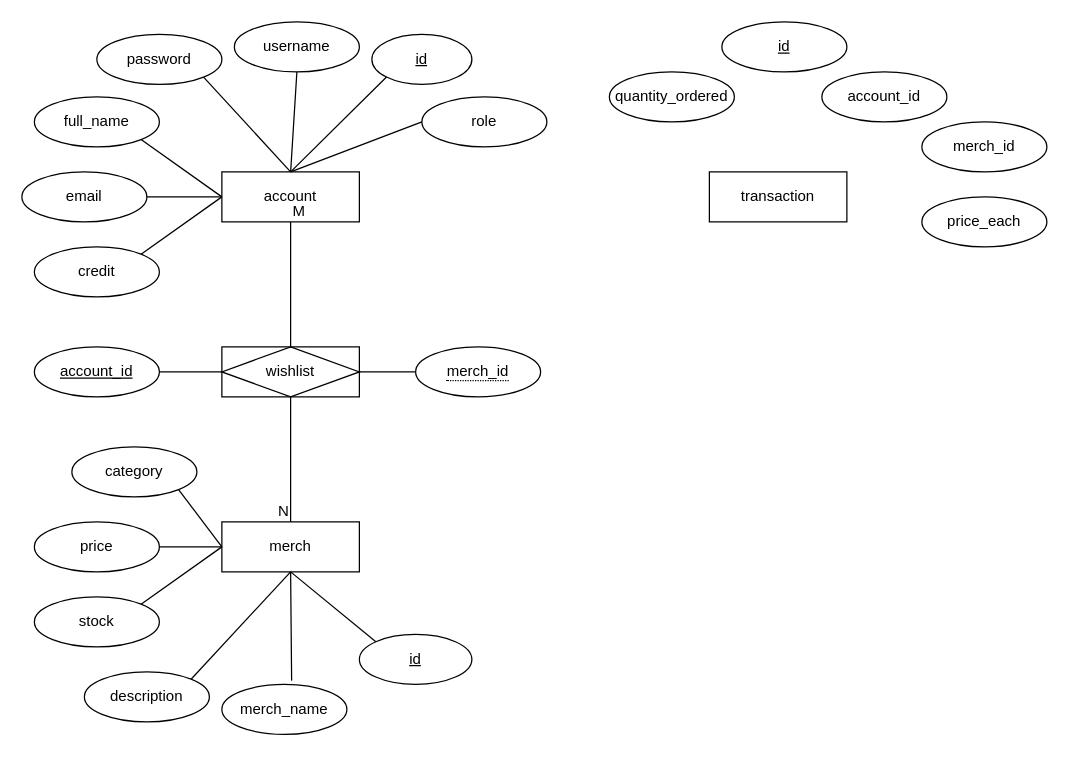
Above: Untitled Diagram.drawio in GumaMohdor/Hallyuin-UTS.ver (draw.io), before the change. Source tidied: cells renumbered, new cells numbered last; positions are measured from the earlier drawing's top-left corner, leaving out a move shared by most shapes. Both pictures are drawn from the tidied source at 125%, with x=0, y=0 at pixel (21, 21).
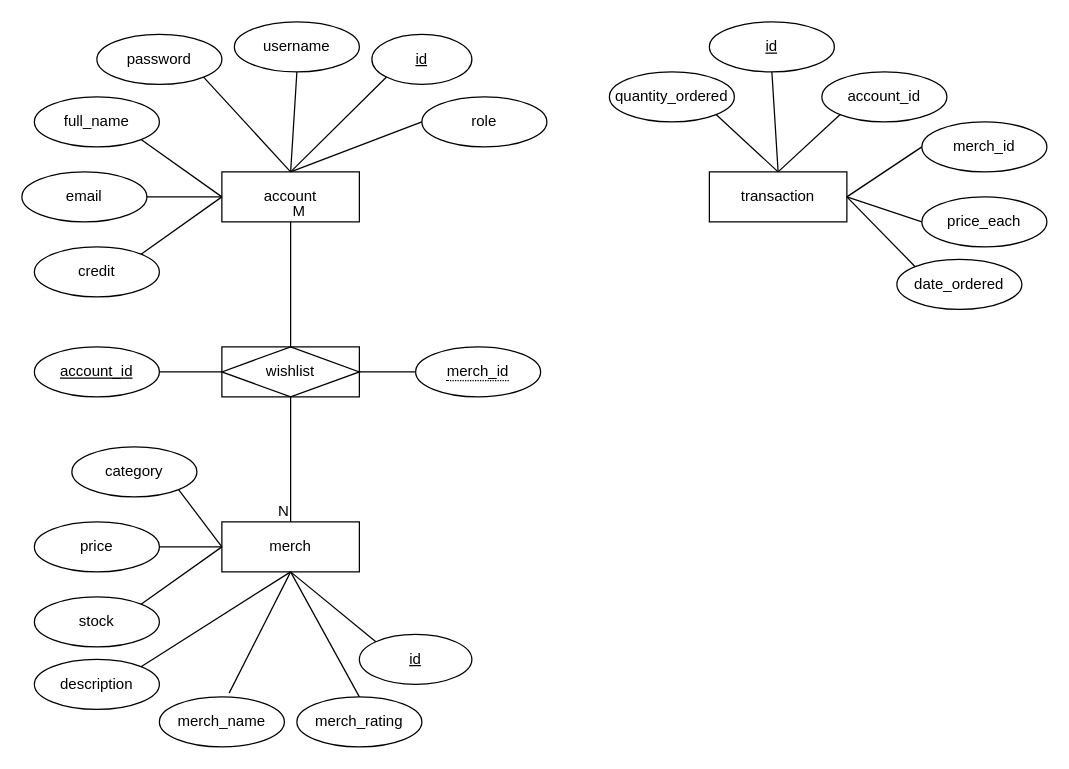
The same diagram, later.

Unchanged cells that the change refers to:
```xml
<mxCell id="15" value="merch" style="whiteSpace=wrap;html=1;align=center;" parent="1" vertex="1">
  <mxGeometry x="160" y="400" width="110" height="40" as="geometry" />
</mxCell>
<mxCell id="38" value="transaction" style="whiteSpace=wrap;html=1;align=center;" parent="1" vertex="1">
  <mxGeometry x="550" y="120" width="110" height="40" as="geometry" />
</mxCell>
<mxCell id="39" value="quantity_ordered" style="ellipse;whiteSpace=wrap;html=1;align=center;" parent="1" vertex="1">
  <mxGeometry x="470" y="40" width="100" height="40" as="geometry" />
</mxCell>
<mxCell id="41" value="account_id" style="ellipse;whiteSpace=wrap;html=1;align=center;" parent="1" vertex="1">
  <mxGeometry x="640" y="40" width="100" height="40" as="geometry" />
</mxCell>
<mxCell id="42" value="merch_id" style="ellipse;whiteSpace=wrap;html=1;align=center;" parent="1" vertex="1">
  <mxGeometry x="720" y="80" width="100" height="40" as="geometry" />
</mxCell>
<mxCell id="43" value="price_each" style="ellipse;whiteSpace=wrap;html=1;align=center;" parent="1" vertex="1">
  <mxGeometry x="720" y="140" width="100" height="40" as="geometry" />
</mxCell>
```

The edit, as a diff of the source:
```diff
@@
     <mxCell id="18" value="merch_name" style="ellipse;whiteSpace=wrap;html=1;align=center;" parent="1" vertex="1">
-      <mxGeometry x="160" y="530" width="100" height="40" as="geometry" />
+      <mxGeometry x="110" y="540" width="100" height="40" as="geometry" />
     </mxCell>
@@
     <mxCell id="20" value="description" style="ellipse;whiteSpace=wrap;html=1;align=center;" parent="1" vertex="1">
-      <mxGeometry x="50" y="520" width="100" height="40" as="geometry" />
+      <mxGeometry x="10" y="510" width="100" height="40" as="geometry" />
     </mxCell>
@@
     <mxCell id="40" value="id" style="ellipse;whiteSpace=wrap;html=1;align=center;fontStyle=4;" parent="1" vertex="1">
-      <mxGeometry x="560" width="100" height="40" as="geometry" />
+      <mxGeometry x="550" width="100" height="40" as="geometry" />
     </mxCell>
@@
+    <mxCell id="44" style="endArrow=none;html=1;rounded=0;exitX=1;exitY=1;exitDx=0;exitDy=0;entryX=0.5;entryY=0;entryDx=0;entryDy=0;" parent="1" edge="1" source="39" target="38">
+      <mxGeometry relative="1" as="geometry" />
+    </mxCell>
+    <mxCell id="45" style="endArrow=none;html=1;rounded=0;exitX=0.5;exitY=1;exitDx=0;exitDy=0;entryX=0.5;entryY=0;entryDx=0;entryDy=0;" parent="1" edge="1" source="40" target="38">
+      <mxGeometry relative="1" as="geometry" />
+    </mxCell>
+    <mxCell id="46" style="endArrow=none;html=1;rounded=0;exitX=0.5;exitY=0;exitDx=0;exitDy=0;entryX=0;entryY=1;entryDx=0;entryDy=0;" parent="1" edge="1" source="38" target="41">
+      <mxGeometry relative="1" as="geometry" />
+    </mxCell>
+    <mxCell id="47" style="endArrow=none;html=1;rounded=0;exitX=0;exitY=0.5;exitDx=0;exitDy=0;entryX=1;entryY=0.5;entryDx=0;entryDy=0;" parent="1" edge="1" source="42" target="38">
+      <mxGeometry relative="1" as="geometry" />
+    </mxCell>
+    <mxCell id="48" style="endArrow=none;html=1;rounded=0;exitX=0;exitY=0.5;exitDx=0;exitDy=0;entryX=1;entryY=0.5;entryDx=0;entryDy=0;" parent="1" edge="1" source="43" target="38">
+      <mxGeometry relative="1" as="geometry" />
+    </mxCell>
+    <mxCell id="49" value="merch_rating" style="ellipse;whiteSpace=wrap;html=1;align=center;" parent="1" vertex="1">
+      <mxGeometry x="220" y="540" width="100" height="40" as="geometry" />
+    </mxCell>
+    <mxCell id="50" style="endArrow=none;html=1;rounded=0;exitX=0.5;exitY=0;exitDx=0;exitDy=0;entryX=0.5;entryY=1;entryDx=0;entryDy=0;" parent="1" edge="1" source="49" target="15">
+      <mxGeometry relative="1" as="geometry" />
+    </mxCell>
+    <mxCell id="51" value="date_ordered" style="ellipse;whiteSpace=wrap;html=1;align=center;" parent="1" vertex="1">
+      <mxGeometry x="700" y="190" width="100" height="40" as="geometry" />
+    </mxCell>
+    <mxCell id="52" style="endArrow=none;html=1;rounded=0;exitX=1;exitY=0.5;exitDx=0;exitDy=0;entryX=0;entryY=0;entryDx=0;entryDy=0;" parent="1" edge="1" source="38" target="51">
+      <mxGeometry relative="1" as="geometry" />
+    </mxCell>
```
